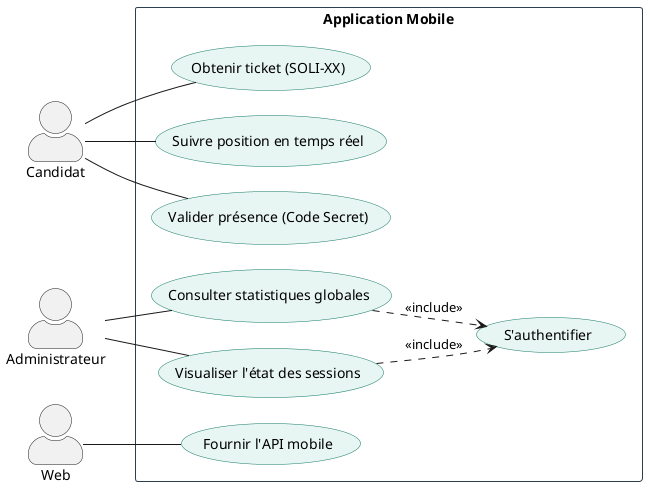
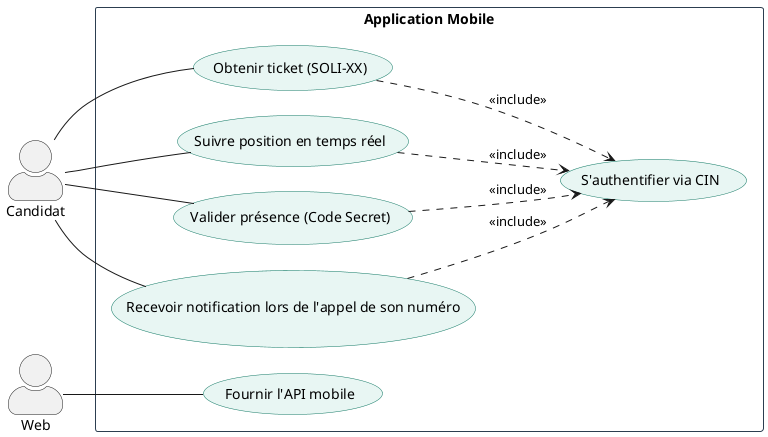
@startuml SoliQueue_Mobile_UseCase
left to right direction
skinparam actorStyle awesome

skinparam backgroundColor white
skinparam packageStyle rectangle
skinparam shadowing false

skinparam package {
    BackgroundColor White
    BorderColor #2C3E50
}

skinparam usecase {
    BackgroundColor #E8F6F3
    BorderColor #117864
}

skinparam nodesep 25
skinparam ranksep 25

' Acteurs
actor "Candidat" as C
- actor "Administrateur" as A
actor "Web" as W

package "Application Mobile" {

    ' Actions communes / Public
-     usecase "S'authentifier" as UC6
+     usecase "S'authentifier via CIN" as UC6

    ' Actions Candidat
    usecase "Obtenir ticket (SOLI-XX)" as UC2
    usecase "Suivre position en temps réel" as UC3
    usecase "Valider présence (Code Secret)" as UC4
+     usecase "Recevoir notification lors de l'appel de son numéro" as UC5

-     ' Actions Admin (Affichage uniquement)
-     usecase "Consulter statistiques globales" as UC7
-     usecase "Visualiser l'état des sessions" as UC8

    ' API
-     usecase "Fournir l'API mobile" as UC5
+     usecase "Fournir l'API mobile" as UC7
}

' Relations Candidat
C -- UC2
C -- UC3
C -- UC4
+ C -- UC5

- ' Relations Admin (Lecture seule)
- A -- UC7
- A -- UC8
+ 
+ UC2 ..> UC6 : <<include>>
+ UC3 ..> UC6 : <<include>>
+ UC4 ..> UC6 : <<include>>
+ UC5 ..> UC6 : <<include>>

' Relation Web
- W -- UC5
+ W -- UC7

- ' Authentification Includes
- UC7 ..> UC6 : <<include>>
- UC8 ..> UC6 : <<include>>
+ 

@enduml